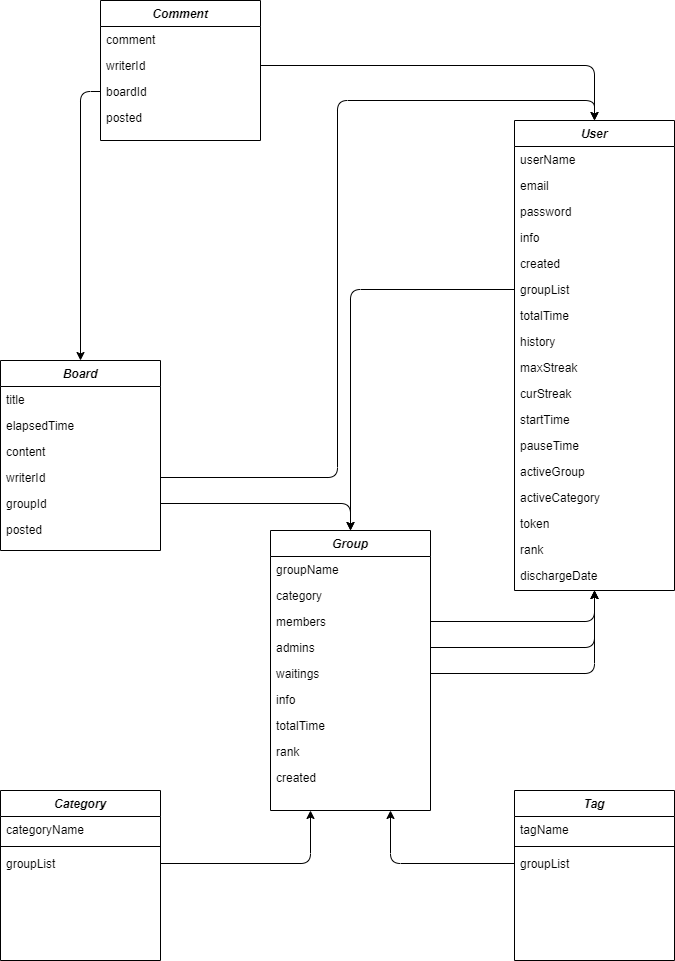
osamhack2021/Web-App-With-Military keeps this draw.io diagram as Docs/image/ERD.png. Above is the earlier version. Source tidied: cells renumbered, new cells last; positions are measured from the earlier drawing's top-left corner, leaving out a move shared by most shapes.
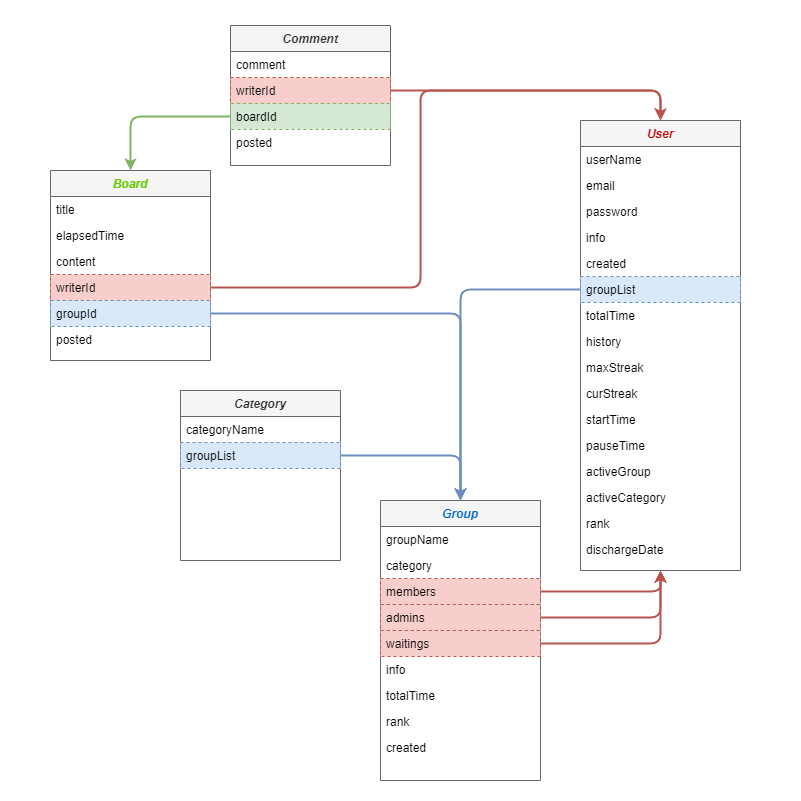
Above is the later version.

Change to the diagram source:
```diff
@@ -2,8 +2,11 @@
   <root>
     <mxCell id="0" />
     <mxCell id="1" parent="0" />
+    <mxCell id="60" style="rounded=0;whiteSpace=wrap;html=1;dashed=1;fontColor=#0066CC;strokeColor=none;" parent="1" vertex="1">
+      <mxGeometry x="-70" width="800" height="800" as="geometry" />
+    </mxCell>
-    <mxCell id="2" value="Group" style="swimlane;fontStyle=3;align=center;verticalAlign=top;horizontal=1;startSize=26;rounded=0;shadow=0;strokeWidth=1;" parent="1" vertex="1">
-      <mxGeometry x="270" y="530" width="160" height="280" as="geometry" />
+    <mxCell id="2" value="Group" style="swimlane;fontStyle=3;align=center;verticalAlign=top;horizontal=1;startSize=26;rounded=0;shadow=0;strokeWidth=1;fillColor=#f5f5f5;strokeColor=#666666;fontColor=#0066CC;" parent="1" vertex="1">
+      <mxGeometry x="310" y="500" width="160" height="280" as="geometry" />
     </mxCell>
     <mxCell id="3" value="groupName" style="text;align=left;verticalAlign=top;spacingLeft=4;spacingRight=4;overflow=hidden;" parent="2" vertex="1">
       <mxGeometry y="26" width="160" height="26" as="geometry" />
@@ -11,13 +14,13 @@
     <mxCell id="4" value="category" style="text;align=left;verticalAlign=top;spacingLeft=4;spacingRight=4;overflow=hidden;rounded=0;shadow=0;html=0;" parent="2" vertex="1">
       <mxGeometry y="52" width="160" height="26" as="geometry" />
     </mxCell>
-    <mxCell id="5" value="members" style="text;align=left;verticalAlign=top;spacingLeft=4;spacingRight=4;overflow=hidden;points=[[0,0.5],[1,0.5]];portConstraint=eastwest;rounded=0;shadow=0;html=0;" parent="2" vertex="1">
+    <mxCell id="5" value="members" style="text;align=left;verticalAlign=top;spacingLeft=4;spacingRight=4;overflow=hidden;points=[[0,0.5],[1,0.5]];portConstraint=eastwest;rounded=0;shadow=0;html=0;strokeColor=#b85450;dashed=1;fillColor=#f8cecc;" parent="2" vertex="1">
       <mxGeometry y="78" width="160" height="26" as="geometry" />
     </mxCell>
-    <mxCell id="6" value="admins" style="text;align=left;verticalAlign=top;spacingLeft=4;spacingRight=4;overflow=hidden;points=[[0,0.5],[1,0.5]];portConstraint=eastwest;rounded=0;shadow=0;html=0;" parent="2" vertex="1">
+    <mxCell id="6" value="admins" style="text;align=left;verticalAlign=top;spacingLeft=4;spacingRight=4;overflow=hidden;points=[[0,0.5],[1,0.5]];portConstraint=eastwest;rounded=0;shadow=0;html=0;strokeColor=#b85450;dashed=1;fillColor=#f8cecc;" parent="2" vertex="1">
       <mxGeometry y="104" width="160" height="26" as="geometry" />
     </mxCell>
-    <mxCell id="7" value="waitings" style="text;align=left;verticalAlign=top;spacingLeft=4;spacingRight=4;overflow=hidden;points=[[0,0.5],[1,0.5]];portConstraint=eastwest;rounded=0;shadow=0;html=0;" parent="2" vertex="1">
+    <mxCell id="7" value="waitings" style="text;align=left;verticalAlign=top;spacingLeft=4;spacingRight=4;overflow=hidden;points=[[0,0.5],[1,0.5]];portConstraint=eastwest;rounded=0;shadow=0;html=0;strokeColor=#b85450;dashed=1;fillColor=#f8cecc;" parent="2" vertex="1">
       <mxGeometry y="130" width="160" height="26" as="geometry" />
     </mxCell>
     <mxCell id="8" value="info" style="text;align=left;verticalAlign=top;spacingLeft=4;spacingRight=4;overflow=hidden;rounded=0;shadow=0;html=0;" parent="2" vertex="1">
@@ -32,8 +35,8 @@
     <mxCell id="11" value="created" style="text;align=left;verticalAlign=top;spacingLeft=4;spacingRight=4;overflow=hidden;rounded=0;shadow=0;html=0;" parent="2" vertex="1">
       <mxGeometry y="234" width="160" height="26" as="geometry" />
     </mxCell>
-    <mxCell id="12" value="User" style="swimlane;fontStyle=3;align=center;verticalAlign=top;horizontal=1;startSize=26;rounded=0;shadow=0;strokeWidth=1;" parent="1" vertex="1">
-      <mxGeometry x="514" y="120" width="160" height="470" as="geometry" />
+    <mxCell id="12" value="User" style="swimlane;fontStyle=3;align=center;verticalAlign=top;horizontal=1;startSize=26;rounded=0;shadow=0;strokeWidth=1;fillColor=#f5f5f5;strokeColor=#666666;fontColor=#CC0000;" parent="1" vertex="1">
+      <mxGeometry x="510" y="120" width="160" height="450" as="geometry" />
     </mxCell>
     <mxCell id="13" value="userName" style="text;align=left;verticalAlign=top;spacingLeft=4;spacingRight=4;overflow=hidden;" parent="12" vertex="1">
       <mxGeometry y="26" width="160" height="26" as="geometry" />
@@ -50,7 +53,7 @@
     <mxCell id="17" value="created" style="text;align=left;verticalAlign=top;spacingLeft=4;spacingRight=4;overflow=hidden;rounded=0;shadow=0;html=0;" parent="12" vertex="1">
       <mxGeometry y="130" width="160" height="26" as="geometry" />
     </mxCell>
-    <mxCell id="18" value="groupList" style="text;align=left;verticalAlign=top;spacingLeft=4;spacingRight=4;overflow=hidden;points=[[0,0.5],[1,0.5]];portConstraint=eastwest;" parent="12" vertex="1">
+    <mxCell id="18" value="groupList" style="text;align=left;verticalAlign=top;spacingLeft=4;spacingRight=4;overflow=hidden;points=[[0,0.5],[1,0.5]];portConstraint=eastwest;dashed=1;strokeColor=#6c8ebf;fillColor=#dae8fc;" parent="12" vertex="1">
       <mxGeometry y="156" width="160" height="26" as="geometry" />
     </mxCell>
     <mxCell id="19" value="totalTime" style="text;align=left;verticalAlign=top;spacingLeft=4;spacingRight=4;overflow=hidden;rounded=0;shadow=0;html=0;" parent="12" vertex="1">
@@ -77,50 +80,26 @@
     <mxCell id="26" value="activeCategory" style="text;align=left;verticalAlign=top;spacingLeft=4;spacingRight=4;overflow=hidden;rounded=0;shadow=0;html=0;" parent="12" vertex="1">
       <mxGeometry y="364" width="160" height="26" as="geometry" />
     </mxCell>
-    <mxCell id="27" value="token" style="text;align=left;verticalAlign=top;spacingLeft=4;spacingRight=4;overflow=hidden;rounded=0;shadow=0;html=0;" parent="12" vertex="1">
-      <mxGeometry y="390" width="160" height="26" as="geometry" />
-    </mxCell>
     <mxCell id="28" value="rank" style="text;align=left;verticalAlign=top;spacingLeft=4;spacingRight=4;overflow=hidden;rounded=0;shadow=0;html=0;" parent="12" vertex="1">
-      <mxGeometry y="416" width="160" height="26" as="geometry" />
+      <mxGeometry y="390" width="160" height="26" as="geometry" />
     </mxCell>
     <mxCell id="29" value="dischargeDate" style="text;align=left;verticalAlign=top;spacingLeft=4;spacingRight=4;overflow=hidden;rounded=0;shadow=0;html=0;" parent="12" vertex="1">
-      <mxGeometry y="442" width="160" height="26" as="geometry" />
+      <mxGeometry y="416" width="160" height="26" as="geometry" />
     </mxCell>
-    <mxCell id="30" style="edgeStyle=orthogonalEdgeStyle;rounded=1;jettySize=auto;html=1;exitX=0;exitY=0.5;exitDx=0;exitDy=0;entryX=0.5;entryY=0;entryDx=0;entryDy=0;fillColor=#e51400;strokeColor=#000000;" parent="1" edge="1" source="18" target="2">
+    <mxCell id="30" style="edgeStyle=orthogonalEdgeStyle;rounded=1;jettySize=auto;html=1;exitX=0;exitY=0.5;exitDx=0;exitDy=0;entryX=0.5;entryY=0;entryDx=0;entryDy=0;fillColor=#dae8fc;strokeColor=#6c8ebf;strokeWidth=2;" parent="1" edge="1" source="18" target="2">
       <mxGeometry relative="1" as="geometry" />
     </mxCell>
-    <mxCell id="31" value="Tag" style="swimlane;fontStyle=3;align=center;verticalAlign=top;horizontal=1;startSize=26;rounded=0;shadow=0;strokeWidth=1;" parent="1" vertex="1">
-      <mxGeometry x="514" y="790" width="160" height="170" as="geometry" />
-    </mxCell>
-    <mxCell id="32" value="tagName" style="text;align=left;verticalAlign=top;spacingLeft=4;spacingRight=4;overflow=hidden;" parent="31" vertex="1">
-      <mxGeometry y="26" width="160" height="26" as="geometry" />
-    </mxCell>
-    <mxCell id="33" style="line;html=1;strokeWidth=1;align=left;verticalAlign=middle;spacingTop=-1;spacingLeft=3;spacingRight=3;labelPosition=right;" parent="31" vertex="1">
-      <mxGeometry y="52" width="160" height="8" as="geometry" />
-    </mxCell>
-    <mxCell id="34" value="groupList" style="text;align=left;verticalAlign=top;spacingLeft=4;spacingRight=4;overflow=hidden;points=[[0,0.5],[1,0.5]];portConstraint=eastwest;" parent="31" vertex="1">
-      <mxGeometry y="60" width="160" height="26" as="geometry" />
-    </mxCell>
-    <mxCell id="35" value="Category" style="swimlane;fontStyle=3;align=center;verticalAlign=top;horizontal=1;startSize=26;rounded=0;shadow=0;strokeWidth=1;" parent="1" vertex="1">
-      <mxGeometry y="790" width="160" height="170" as="geometry" />
+    <mxCell id="35" value="Category" style="swimlane;fontStyle=3;align=center;verticalAlign=top;horizontal=1;startSize=26;rounded=0;shadow=0;strokeWidth=1;fillColor=#f5f5f5;fontColor=#333333;strokeColor=#666666;" parent="1" vertex="1">
+      <mxGeometry x="110" y="390" width="160" height="170" as="geometry" />
     </mxCell>
     <mxCell id="36" value="categoryName" style="text;align=left;verticalAlign=top;spacingLeft=4;spacingRight=4;overflow=hidden;" parent="35" vertex="1">
       <mxGeometry y="26" width="160" height="26" as="geometry" />
     </mxCell>
-    <mxCell id="37" style="line;html=1;strokeWidth=1;align=left;verticalAlign=middle;spacingTop=-1;spacingLeft=3;spacingRight=3;labelPosition=right;" parent="35" vertex="1">
-      <mxGeometry y="52" width="160" height="8" as="geometry" />
-    </mxCell>
-    <mxCell id="38" value="groupList" style="text;align=left;verticalAlign=top;spacingLeft=4;spacingRight=4;overflow=hidden;points=[[0,0.5],[1,0.5]];portConstraint=eastwest;" parent="35" vertex="1">
-      <mxGeometry y="60" width="160" height="26" as="geometry" />
+    <mxCell id="38" value="groupList" style="text;align=left;verticalAlign=top;spacingLeft=4;spacingRight=4;overflow=hidden;points=[[0,0.5],[1,0.5]];portConstraint=eastwest;strokeColor=#6c8ebf;dashed=1;fillColor=#dae8fc;" parent="35" vertex="1">
+      <mxGeometry y="52" width="160" height="26" as="geometry" />
     </mxCell>
-    <mxCell id="39" style="edgeStyle=orthogonalEdgeStyle;rounded=1;jettySize=auto;html=1;exitX=0;exitY=0.5;exitDx=0;exitDy=0;entryX=0.75;entryY=1;entryDx=0;entryDy=0;" parent="1" edge="1" source="34" target="2">
-      <mxGeometry relative="1" as="geometry" />
-    </mxCell>
-    <mxCell id="40" style="edgeStyle=orthogonalEdgeStyle;rounded=1;jettySize=auto;html=1;exitX=1;exitY=0.5;exitDx=0;exitDy=0;entryX=0.25;entryY=1;entryDx=0;entryDy=0;" parent="1" edge="1" source="38" target="2">
-      <mxGeometry relative="1" as="geometry" />
-    </mxCell>
-    <mxCell id="41" value="Board" style="swimlane;fontStyle=3;align=center;verticalAlign=top;horizontal=1;startSize=26;rounded=0;shadow=0;strokeWidth=1;" parent="1" vertex="1">
-      <mxGeometry y="360" width="160" height="190" as="geometry" />
+    <mxCell id="41" value="Board" style="swimlane;fontStyle=3;align=center;verticalAlign=top;horizontal=1;startSize=26;rounded=0;shadow=0;strokeWidth=1;fillColor=#f5f5f5;strokeColor=#666666;fontColor=#66CC00;" parent="1" vertex="1">
+      <mxGeometry x="-20" y="170" width="160" height="190" as="geometry" />
     </mxCell>
     <mxCell id="42" value="title" style="text;align=left;verticalAlign=top;spacingLeft=4;spacingRight=4;overflow=hidden;" parent="41" vertex="1">
       <mxGeometry y="26" width="160" height="26" as="geometry" />
@@ -131,50 +110,63 @@
     <mxCell id="44" value="content" style="text;align=left;verticalAlign=top;spacingLeft=4;spacingRight=4;overflow=hidden;" parent="41" vertex="1">
       <mxGeometry y="78" width="160" height="26" as="geometry" />
     </mxCell>
-    <mxCell id="45" value="writerId" style="text;align=left;verticalAlign=top;spacingLeft=4;spacingRight=4;overflow=hidden;points=[[0,0.5],[1,0.5]];portConstraint=eastwest;" parent="41" vertex="1">
+    <mxCell id="45" value="writerId" style="text;align=left;verticalAlign=top;spacingLeft=4;spacingRight=4;overflow=hidden;points=[[0,0.5],[1,0.5]];portConstraint=eastwest;strokeColor=#b85450;dashed=1;fillColor=#f8cecc;" parent="41" vertex="1">
       <mxGeometry y="104" width="160" height="26" as="geometry" />
     </mxCell>
-    <mxCell id="46" value="groupId" style="text;align=left;verticalAlign=top;spacingLeft=4;spacingRight=4;overflow=hidden;points=[[0,0.5],[1,0.5]];portConstraint=eastwest;" parent="41" vertex="1">
+    <mxCell id="46" value="groupId" style="text;align=left;verticalAlign=top;spacingLeft=4;spacingRight=4;overflow=hidden;points=[[0,0.5],[1,0.5]];portConstraint=eastwest;strokeColor=#6c8ebf;dashed=1;fillColor=#dae8fc;" parent="41" vertex="1">
       <mxGeometry y="130" width="160" height="26" as="geometry" />
     </mxCell>
     <mxCell id="47" value="posted" style="text;align=left;verticalAlign=top;spacingLeft=4;spacingRight=4;overflow=hidden;" parent="41" vertex="1">
       <mxGeometry y="156" width="160" height="26" as="geometry" />
     </mxCell>
-    <mxCell id="48" value="Comment" style="swimlane;fontStyle=3;align=center;verticalAlign=top;horizontal=1;startSize=26;rounded=0;shadow=0;strokeWidth=1;" parent="1" vertex="1">
-      <mxGeometry x="100" width="160" height="140" as="geometry" />
+    <mxCell id="48" value="Comment" style="swimlane;fontStyle=3;align=center;verticalAlign=top;horizontal=1;startSize=26;rounded=0;shadow=0;strokeWidth=1;fillColor=#f5f5f5;fontColor=#333333;strokeColor=#666666;" parent="1" vertex="1">
+      <mxGeometry x="160" y="25" width="160" height="140" as="geometry" />
     </mxCell>
     <mxCell id="49" value="comment" style="text;align=left;verticalAlign=top;spacingLeft=4;spacingRight=4;overflow=hidden;" parent="48" vertex="1">
       <mxGeometry y="26" width="160" height="26" as="geometry" />
     </mxCell>
-    <mxCell id="50" value="writerId" style="text;align=left;verticalAlign=top;spacingLeft=4;spacingRight=4;overflow=hidden;points=[[0,0.5],[1,0.5]];portConstraint=eastwest;" parent="48" vertex="1">
+    <mxCell id="50" value="writerId" style="text;align=left;verticalAlign=top;spacingLeft=4;spacingRight=4;overflow=hidden;points=[[0,0.5],[1,0.5]];portConstraint=eastwest;dashed=1;strokeColor=#b85450;fillColor=#f8cecc;" parent="48" vertex="1">
       <mxGeometry y="52" width="160" height="26" as="geometry" />
     </mxCell>
-    <mxCell id="51" value="boardId" style="text;align=left;verticalAlign=top;spacingLeft=4;spacingRight=4;overflow=hidden;points=[[0,0.5],[1,0.5]];portConstraint=eastwest;" parent="48" vertex="1">
+    <mxCell id="51" value="boardId" style="text;align=left;verticalAlign=top;spacingLeft=4;spacingRight=4;overflow=hidden;points=[[0,0.5],[1,0.5]];portConstraint=eastwest;dashed=1;strokeColor=#82b366;fillColor=#d5e8d4;" parent="48" vertex="1">
       <mxGeometry y="78" width="160" height="26" as="geometry" />
     </mxCell>
     <mxCell id="52" value="posted" style="text;align=left;verticalAlign=top;spacingLeft=4;spacingRight=4;overflow=hidden;" parent="48" vertex="1">
       <mxGeometry y="104" width="160" height="26" as="geometry" />
     </mxCell>
-    <mxCell id="53" style="edgeStyle=orthogonalEdgeStyle;rounded=1;jettySize=auto;html=1;exitX=0;exitY=0.5;exitDx=0;exitDy=0;entryX=0.5;entryY=0;entryDx=0;entryDy=0;" parent="1" edge="1" source="51" target="41">
+    <mxCell id="53" style="edgeStyle=orthogonalEdgeStyle;rounded=1;jettySize=auto;html=1;exitX=0;exitY=0.5;exitDx=0;exitDy=0;entryX=0.5;entryY=0;entryDx=0;entryDy=0;fillColor=#d5e8d4;strokeColor=#82b366;strokeWidth=2;" parent="1" edge="1" source="51" target="41">
       <mxGeometry relative="1" as="geometry" />
     </mxCell>
-    <mxCell id="54" style="edgeStyle=orthogonalEdgeStyle;rounded=1;jettySize=auto;html=1;exitX=1;exitY=0.5;exitDx=0;exitDy=0;entryX=0.5;entryY=0;entryDx=0;entryDy=0;" parent="1" edge="1" source="50" target="12">
+    <mxCell id="54" style="edgeStyle=orthogonalEdgeStyle;rounded=1;jettySize=auto;html=1;exitX=1;exitY=0.5;exitDx=0;exitDy=0;entryX=0.5;entryY=0;entryDx=0;entryDy=0;fillColor=#f8cecc;strokeColor=#b85450;strokeWidth=2;" parent="1" edge="1" source="50" target="12">
       <mxGeometry relative="1" as="geometry" />
     </mxCell>
-    <mxCell id="55" style="edgeStyle=orthogonalEdgeStyle;rounded=1;jettySize=auto;html=1;exitX=1;exitY=0.5;exitDx=0;exitDy=0;entryX=0.5;entryY=0;entryDx=0;entryDy=0;" parent="1" edge="1" source="45" target="12">
-      <mxGeometry relative="1" as="geometry" />
+    <mxCell id="55" style="edgeStyle=orthogonalEdgeStyle;rounded=1;jettySize=auto;html=1;exitX=1;exitY=0.5;exitDx=0;exitDy=0;entryX=0.5;entryY=0;entryDx=0;entryDy=0;fillColor=#f8cecc;strokeColor=#b85450;strokeWidth=2;" parent="1" edge="1" source="45" target="12">
+      <mxGeometry relative="1" as="geometry">
+        <Array as="points">
+          <mxPoint x="350" y="287" />
+          <mxPoint x="350" y="90" />
+          <mxPoint x="590" y="90" />
+        </Array>
+      </mxGeometry>
     </mxCell>
-    <mxCell id="56" style="edgeStyle=orthogonalEdgeStyle;rounded=1;jettySize=auto;html=1;exitX=1;exitY=0.5;exitDx=0;exitDy=0;entryX=0.5;entryY=0;entryDx=0;entryDy=0;" parent="1" edge="1" source="46" target="2">
+    <mxCell id="56" style="edgeStyle=orthogonalEdgeStyle;rounded=1;jettySize=auto;html=1;exitX=1;exitY=0.5;exitDx=0;exitDy=0;entryX=0.5;entryY=0;entryDx=0;entryDy=0;fillColor=#dae8fc;strokeColor=#6c8ebf;strokeWidth=2;" parent="1" edge="1" source="46" target="2">
       <mxGeometry relative="1" as="geometry" />
     </mxCell>
-    <mxCell id="57" style="edgeStyle=orthogonalEdgeStyle;rounded=1;jettySize=auto;html=1;exitX=1;exitY=0.5;exitDx=0;exitDy=0;entryX=0.5;entryY=1;entryDx=0;entryDy=0;" parent="1" edge="1" source="5" target="12">
+    <mxCell id="57" style="edgeStyle=orthogonalEdgeStyle;rounded=1;jettySize=auto;html=1;exitX=1;exitY=0.5;exitDx=0;exitDy=0;entryX=0.5;entryY=1;entryDx=0;entryDy=0;fillColor=#f8cecc;strokeColor=#b85450;strokeWidth=2;" parent="1" edge="1" source="5" target="12">
       <mxGeometry relative="1" as="geometry" />
     </mxCell>
-    <mxCell id="58" style="edgeStyle=orthogonalEdgeStyle;rounded=1;jettySize=auto;html=1;exitX=1;exitY=0.5;exitDx=0;exitDy=0;entryX=0.5;entryY=1;entryDx=0;entryDy=0;strokeColor=#000000;" parent="1" edge="1" source="6" target="12">
+    <mxCell id="58" style="edgeStyle=orthogonalEdgeStyle;rounded=1;jettySize=auto;html=1;exitX=1;exitY=0.5;exitDx=0;exitDy=0;entryX=0.5;entryY=1;entryDx=0;entryDy=0;strokeColor=#b85450;fillColor=#f8cecc;strokeWidth=2;" parent="1" edge="1" source="6" target="12">
       <mxGeometry relative="1" as="geometry" />
     </mxCell>
-    <mxCell id="59" style="edgeStyle=orthogonalEdgeStyle;rounded=1;jettySize=auto;html=1;exitX=1;exitY=0.5;exitDx=0;exitDy=0;entryX=0.5;entryY=1;entryDx=0;entryDy=0;strokeColor=#000000;" parent="1" edge="1" source="7" target="12">
+    <mxCell id="59" style="edgeStyle=orthogonalEdgeStyle;rounded=1;jettySize=auto;html=1;exitX=1;exitY=0.5;exitDx=0;exitDy=0;entryX=0.5;entryY=1;entryDx=0;entryDy=0;strokeColor=#b85450;fillColor=#f8cecc;strokeWidth=2;" parent="1" edge="1" source="7" target="12">
       <mxGeometry relative="1" as="geometry" />
     </mxCell>
+    <mxCell id="40" style="edgeStyle=orthogonalEdgeStyle;rounded=1;jettySize=auto;html=1;exitX=1;exitY=0.5;exitDx=0;exitDy=0;entryX=0.5;entryY=0;entryDx=0;entryDy=0;fillColor=#dae8fc;strokeColor=#6c8ebf;strokeWidth=2;" parent="1" edge="1" source="38" target="2">
+      <mxGeometry relative="1" as="geometry">
+        <Array as="points">
+          <mxPoint x="390" y="455" />
+        </Array>
+      </mxGeometry>
+    </mxCell>
   </root>
 </mxGraphModel>
```
